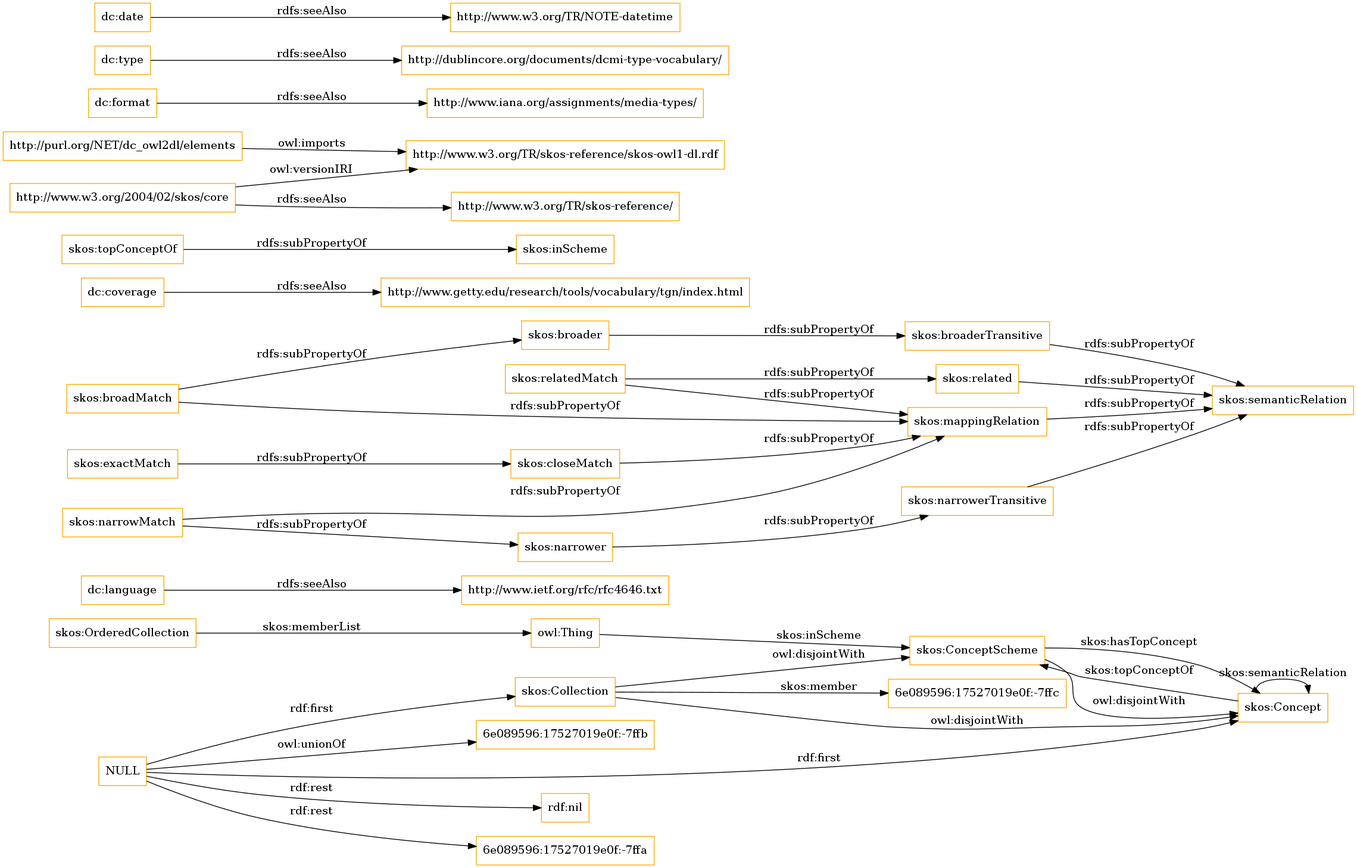
OnToologyUser/core-ontology-1 keeps this Graphviz diagram as OnToology/imports/elements.owl/diagrams/ar2dtool-class/elements.owl.png. Above is the earlier version. Its source is kept beside it as OnToology/imports/elements.owl/diagrams/ar2dtool-class/elements.owl.png.dot. The source it was exported from:
```dot
digraph ar2dtool_diagram {
rankdir=LR;
size="1501"
node [shape = rectangle, color="orange"]; "6e089596:17527019e0f:-7ffc" "skos:OrderedCollection" "skos:Collection" "skos:ConceptScheme" "skos:Concept" ; /*classes style*/
	"dc:language" -> "http://www.ietf.org/rfc/rfc4646.txt" [ label = "rdfs:seeAlso" ];
	"NULL" -> "rdf:nil" [ label = "rdf:rest" ];
	"NULL" -> "skos:Collection" [ label = "rdf:first" ];
	"NULL" -> "6e089596:17527019e0f:-7ffa" [ label = "rdf:rest" ];
	"NULL" -> "skos:Concept" [ label = "rdf:first" ];
	"NULL" -> "6e089596:17527019e0f:-7ffb" [ label = "owl:unionOf" ];
	"skos:closeMatch" -> "skos:mappingRelation" [ label = "rdfs:subPropertyOf" ];
	"dc:coverage" -> "http://www.getty.edu/research/tools/vocabulary/tgn/index.html" [ label = "rdfs:seeAlso" ];
	"skos:relatedMatch" -> "skos:related" [ label = "rdfs:subPropertyOf" ];
	"skos:relatedMatch" -> "skos:mappingRelation" [ label = "rdfs:subPropertyOf" ];
	"skos:ConceptScheme" -> "skos:Concept" [ label = "owl:disjointWith" ];
	"skos:related" -> "skos:semanticRelation" [ label = "rdfs:subPropertyOf" ];
	"skos:topConceptOf" -> "skos:inScheme" [ label = "rdfs:subPropertyOf" ];
	"skos:broadMatch" -> "skos:broader" [ label = "rdfs:subPropertyOf" ];
	"skos:broadMatch" -> "skos:mappingRelation" [ label = "rdfs:subPropertyOf" ];
	"http://purl.org/NET/dc_owl2dl/elements" -> "http://www.w3.org/TR/skos-reference/skos-owl1-dl.rdf" [ label = "owl:imports" ];
	"skos:exactMatch" -> "skos:closeMatch" [ label = "rdfs:subPropertyOf" ];
	"dc:format" -> "http://www.iana.org/assignments/media-types/" [ label = "rdfs:seeAlso" ];
	"skos:broaderTransitive" -> "skos:semanticRelation" [ label = "rdfs:subPropertyOf" ];
	"dc:type" -> "http://dublincore.org/documents/dcmi-type-vocabulary/" [ label = "rdfs:seeAlso" ];
	"skos:broader" -> "skos:broaderTransitive" [ label = "rdfs:subPropertyOf" ];
	"skos:mappingRelation" -> "skos:semanticRelation" [ label = "rdfs:subPropertyOf" ];
	"http://www.w3.org/2004/02/skos/core" -> "http://www.w3.org/TR/skos-reference/skos-owl1-dl.rdf" [ label = "owl:versionIRI" ];
	"http://www.w3.org/2004/02/skos/core" -> "http://www.w3.org/TR/skos-reference/" [ label = "rdfs:seeAlso" ];
	"skos:Collection" -> "skos:ConceptScheme" [ label = "owl:disjointWith" ];
	"skos:Collection" -> "skos:Concept" [ label = "owl:disjointWith" ];
	"skos:narrowMatch" -> "skos:narrower" [ label = "rdfs:subPropertyOf" ];
	"skos:narrowMatch" -> "skos:mappingRelation" [ label = "rdfs:subPropertyOf" ];
	"skos:narrower" -> "skos:narrowerTransitive" [ label = "rdfs:subPropertyOf" ];
	"dc:date" -> "http://www.w3.org/TR/NOTE-datetime" [ label = "rdfs:seeAlso" ];
	"skos:narrowerTransitive" -> "skos:semanticRelation" [ label = "rdfs:subPropertyOf" ];
	"skos:OrderedCollection" -> "owl:Thing" [ label = "skos:memberList" ];
	"skos:Concept" -> "skos:ConceptScheme" [ label = "skos:topConceptOf" ];
	"skos:Concept" -> "skos:Concept" [ label = "skos:semanticRelation" ];
	"skos:Collection" -> "6e089596:17527019e0f:-7ffc" [ label = "skos:member" ];
	"skos:ConceptScheme" -> "skos:Concept" [ label = "skos:hasTopConcept" ];
	"owl:Thing" -> "skos:ConceptScheme" [ label = "skos:inScheme" ];

}
```
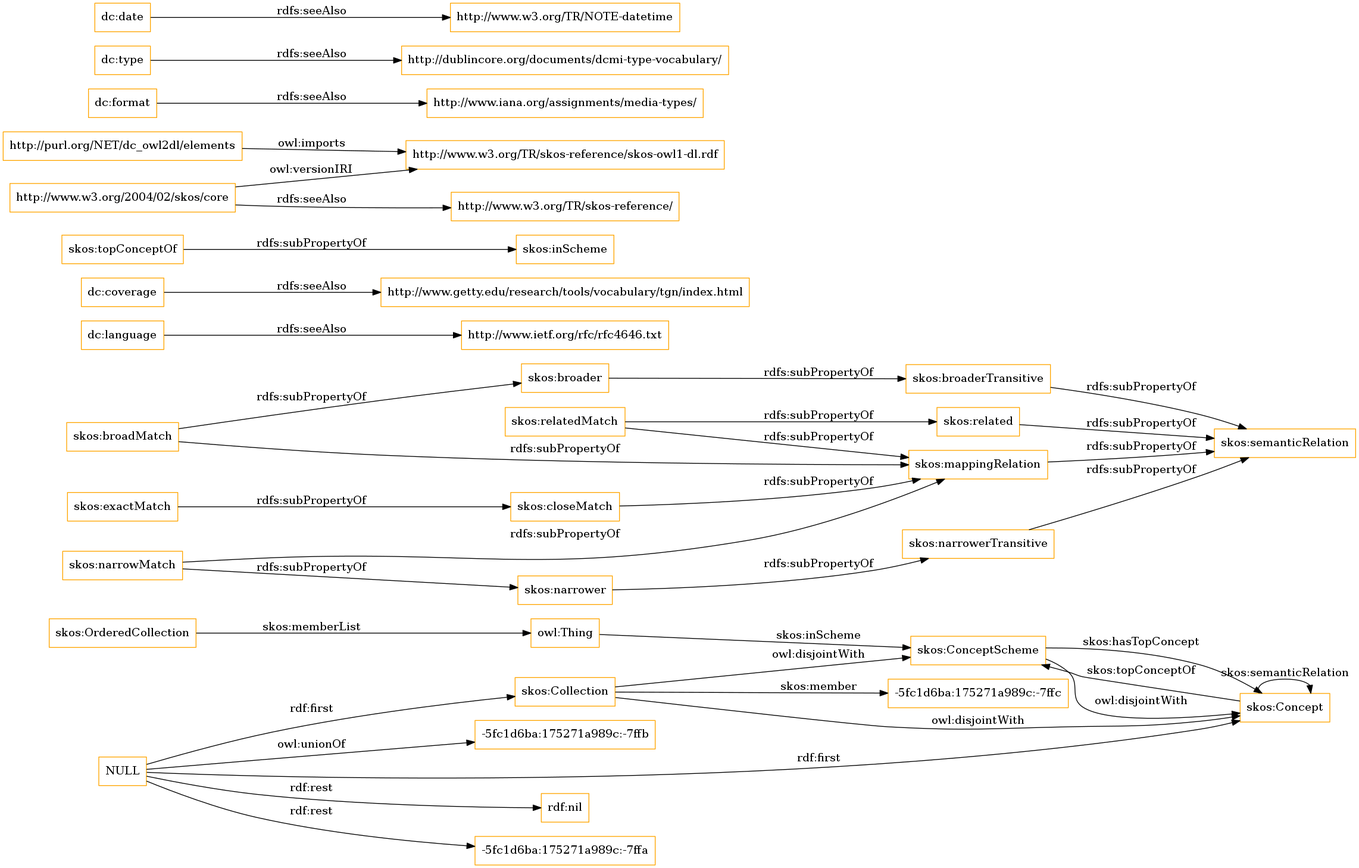
The same diagram one commit later.

What changed in the source:
```diff
@@ -1,13 +1,9 @@
 digraph ar2dtool_diagram {
 rankdir=LR;
 size="1501"
-node [shape = rectangle, color="orange"]; "6e089596:17527019e0f:-7ffc" "skos:OrderedCollection" "skos:Collection" "skos:ConceptScheme" "skos:Concept" ; /*classes style*/
+node [shape = rectangle, color="orange"]; "-5fc1d6ba:175271a989c:-7ffc" "skos:OrderedCollection" "skos:Collection" "skos:ConceptScheme" "skos:Concept" ; /*classes style*/
+	"skos:narrowerTransitive" -> "skos:semanticRelation" [ label = "rdfs:subPropertyOf" ];
 	"dc:language" -> "http://www.ietf.org/rfc/rfc4646.txt" [ label = "rdfs:seeAlso" ];
-	"NULL" -> "rdf:nil" [ label = "rdf:rest" ];
-	"NULL" -> "skos:Collection" [ label = "rdf:first" ];
-	"NULL" -> "6e089596:17527019e0f:-7ffa" [ label = "rdf:rest" ];
-	"NULL" -> "skos:Concept" [ label = "rdf:first" ];
-	"NULL" -> "6e089596:17527019e0f:-7ffb" [ label = "owl:unionOf" ];
 	"skos:closeMatch" -> "skos:mappingRelation" [ label = "rdfs:subPropertyOf" ];
 	"dc:coverage" -> "http://www.getty.edu/research/tools/vocabulary/tgn/index.html" [ label = "rdfs:seeAlso" ];
 	"skos:relatedMatch" -> "skos:related" [ label = "rdfs:subPropertyOf" ];
@@ -32,11 +28,15 @@
 	"skos:narrowMatch" -> "skos:mappingRelation" [ label = "rdfs:subPropertyOf" ];
 	"skos:narrower" -> "skos:narrowerTransitive" [ label = "rdfs:subPropertyOf" ];
 	"dc:date" -> "http://www.w3.org/TR/NOTE-datetime" [ label = "rdfs:seeAlso" ];
-	"skos:narrowerTransitive" -> "skos:semanticRelation" [ label = "rdfs:subPropertyOf" ];
+	"NULL" -> "rdf:nil" [ label = "rdf:rest" ];
+	"NULL" -> "skos:Collection" [ label = "rdf:first" ];
+	"NULL" -> "-5fc1d6ba:175271a989c:-7ffa" [ label = "rdf:rest" ];
+	"NULL" -> "skos:Concept" [ label = "rdf:first" ];
+	"NULL" -> "-5fc1d6ba:175271a989c:-7ffb" [ label = "owl:unionOf" ];
 	"skos:OrderedCollection" -> "owl:Thing" [ label = "skos:memberList" ];
 	"skos:Concept" -> "skos:ConceptScheme" [ label = "skos:topConceptOf" ];
 	"skos:Concept" -> "skos:Concept" [ label = "skos:semanticRelation" ];
-	"skos:Collection" -> "6e089596:17527019e0f:-7ffc" [ label = "skos:member" ];
+	"skos:Collection" -> "-5fc1d6ba:175271a989c:-7ffc" [ label = "skos:member" ];
 	"skos:ConceptScheme" -> "skos:Concept" [ label = "skos:hasTopConcept" ];
 	"owl:Thing" -> "skos:ConceptScheme" [ label = "skos:inScheme" ];
 
```
